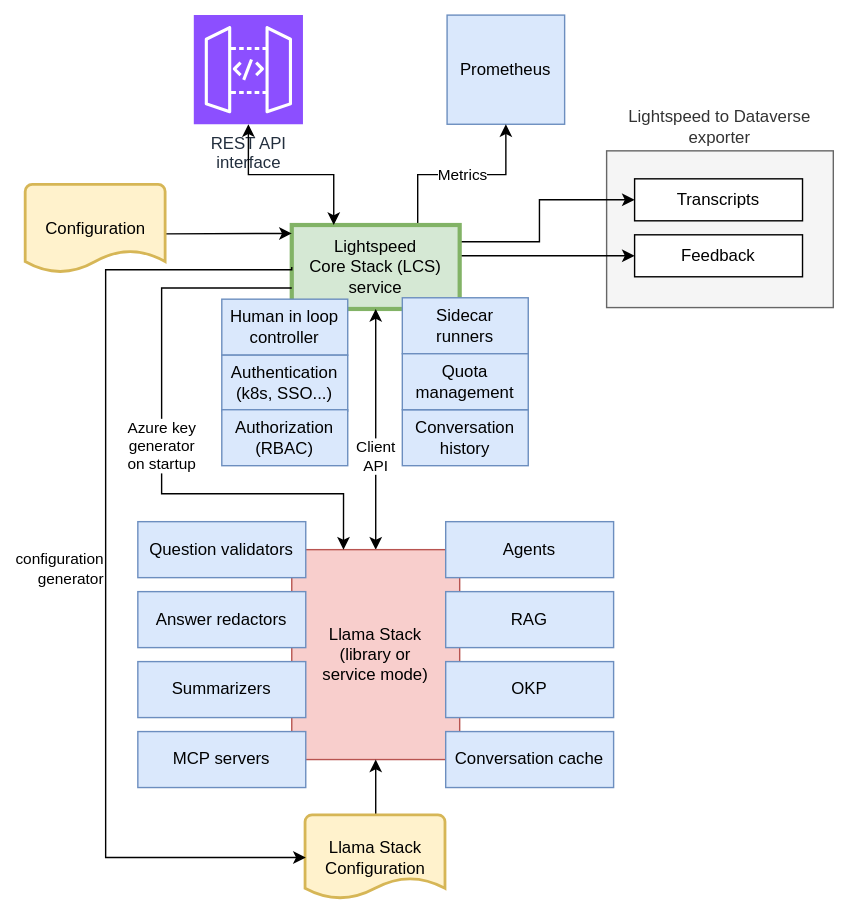
Earlier version of the draw.io export docs/basic_info/overview.svg (lightspeed-core/lightspeed-stack). Source tidied: cells renumbered, new cells last; positions are measured from the earlier drawing's top-left corner, leaving out a move shared by most shapes. Its diagram source:
```xml
<mxGraphModel>
  <root>
    <mxCell id="0" />
    <mxCell id="1" parent="0" />
    <mxCell id="2" value="Lightspeed to Dataverse exporter" style="rounded=0;whiteSpace=wrap;html=1;labelPosition=center;verticalLabelPosition=top;align=center;verticalAlign=bottom;fillColor=#f5f5f5;fontColor=#333333;strokeColor=#666666;" parent="1" vertex="1">
      <mxGeometry x="415" y="97" width="162" height="112" as="geometry" />
    </mxCell>
    <mxCell id="3" value="Prometheus" style="rounded=0;whiteSpace=wrap;html=1;fillColor=#dae8fc;strokeColor=#6c8ebf;" parent="1" vertex="1">
      <mxGeometry x="301" width="84" height="78" as="geometry" />
    </mxCell>
    <mxCell id="4" value="REST API&lt;br&gt;interface" style="sketch=0;points=[[0,0,0],[0.25,0,0],[0.5,0,0],[0.75,0,0],[1,0,0],[0,1,0],[0.25,1,0],[0.5,1,0],[0.75,1,0],[1,1,0],[0,0.25,0],[0,0.5,0],[0,0.75,0],[1,0.25,0],[1,0.5,0],[1,0.75,0]];outlineConnect=0;fontColor=#232F3E;fillColor=#8C4FFF;strokeColor=#ffffff;dashed=0;verticalLabelPosition=bottom;verticalAlign=top;align=center;html=1;fontSize=12;fontStyle=0;shape=mxgraph.aws4.resourceIcon;resIcon=mxgraph.aws4.api_gateway;" parent="1" vertex="1">
      <mxGeometry x="120" width="78" height="78" as="geometry" />
    </mxCell>
    <mxCell id="5" value="Metrics" style="edgeStyle=orthogonalEdgeStyle;rounded=0;jettySize=auto;html=1;entryX=0.5;entryY=1;entryDx=0;entryDy=0;" parent="1" edge="1" source="8" target="3">
      <mxGeometry relative="1" as="geometry">
        <Array as="points">
          <mxPoint x="280" y="114" />
          <mxPoint x="343" y="114" />
        </Array>
      </mxGeometry>
    </mxCell>
    <mxCell id="6" style="edgeStyle=orthogonalEdgeStyle;rounded=0;jettySize=auto;html=1;entryX=0;entryY=0.5;entryDx=0;entryDy=0;" parent="1" edge="1" source="8" target="18">
      <mxGeometry relative="1" as="geometry">
        <Array as="points">
          <mxPoint x="367" y="162" />
          <mxPoint x="367" y="132" />
        </Array>
      </mxGeometry>
    </mxCell>
    <mxCell id="7" style="edgeStyle=orthogonalEdgeStyle;rounded=0;jettySize=auto;html=1;exitX=1;exitY=0.25;exitDx=0;exitDy=0;entryX=0;entryY=0.5;entryDx=0;entryDy=0;" parent="1" edge="1" source="8" target="19">
      <mxGeometry relative="1" as="geometry">
        <Array as="points">
          <mxPoint x="310" y="172" />
        </Array>
      </mxGeometry>
    </mxCell>
    <mxCell id="8" value="Lightspeed&lt;br&gt;Core Stack (LCS) service" style="rounded=0;whiteSpace=wrap;html=1;fillColor=#d5e8d4;strokeColor=#82b366;strokeWidth=3;" parent="1" vertex="1">
      <mxGeometry x="190" y="150" width="120" height="60" as="geometry" />
    </mxCell>
    <mxCell id="9" style="edgeStyle=orthogonalEdgeStyle;rounded=0;jettySize=auto;html=1;entryX=0.5;entryY=1;entryDx=0;entryDy=0;entryPerimeter=0;startArrow=classic;startFill=1;" parent="1" edge="1" source="8" target="4">
      <mxGeometry relative="1" as="geometry">
        <Array as="points">
          <mxPoint x="220" y="114" />
          <mxPoint x="159" y="114" />
        </Array>
      </mxGeometry>
    </mxCell>
    <mxCell id="10" value="&lt;div&gt;Client&lt;/div&gt;&lt;div&gt;API&lt;/div&gt;" style="edgeStyle=orthogonalEdgeStyle;rounded=0;jettySize=auto;html=1;startArrow=classic;startFill=1;labelPosition=center;verticalLabelPosition=bottom;align=center;verticalAlign=top;" parent="1" edge="1" source="11" target="8">
      <mxGeometry relative="1" as="geometry" />
    </mxCell>
    <mxCell id="11" value="&lt;div&gt;Llama Stack&lt;/div&gt;&lt;div&gt;(library or&lt;/div&gt;&lt;div&gt;service mode)&lt;/div&gt;" style="rounded=0;whiteSpace=wrap;html=1;fillColor=#f8cecc;strokeColor=#b85450;" parent="1" vertex="1">
      <mxGeometry x="190" y="382" width="120" height="150" as="geometry" />
    </mxCell>
    <mxCell id="12" value="Agents" style="rounded=0;whiteSpace=wrap;html=1;fillColor=#dae8fc;strokeColor=#6c8ebf;" parent="1" vertex="1">
      <mxGeometry x="300" y="362" width="120" height="40" as="geometry" />
    </mxCell>
    <mxCell id="13" value="&lt;div&gt;RAG&lt;/div&gt;" style="rounded=0;whiteSpace=wrap;html=1;fillColor=#dae8fc;strokeColor=#6c8ebf;" parent="1" vertex="1">
      <mxGeometry x="300" y="412" width="120" height="40" as="geometry" />
    </mxCell>
    <mxCell id="14" style="edgeStyle=orthogonalEdgeStyle;rounded=0;jettySize=auto;html=1;exitX=0.99;exitY=0.553;exitDx=0;exitDy=0;exitPerimeter=0;" parent="1" edge="1" source="15">
      <mxGeometry relative="1" as="geometry">
        <mxPoint x="190" y="156" as="targetPoint" />
        <Array as="points">
          <mxPoint x="190" y="156" />
        </Array>
      </mxGeometry>
    </mxCell>
    <mxCell id="15" value="Configuration" style="strokeWidth=2;html=1;shape=mxgraph.flowchart.document2;whiteSpace=wrap;size=0.25;fillColor=#fff2cc;strokeColor=#d6b656;" parent="1" vertex="1">
      <mxGeometry y="121.5" width="100" height="63" as="geometry" />
    </mxCell>
    <mxCell id="16" value="Conversation cache" style="rounded=0;whiteSpace=wrap;html=1;fillColor=#dae8fc;strokeColor=#6c8ebf;" parent="1" vertex="1">
      <mxGeometry x="300" y="512" width="120" height="40" as="geometry" />
    </mxCell>
    <mxCell id="17" value="OKP" style="rounded=0;whiteSpace=wrap;html=1;fillColor=#dae8fc;strokeColor=#6c8ebf;" parent="1" vertex="1">
      <mxGeometry x="300" y="462" width="120" height="40" as="geometry" />
    </mxCell>
    <mxCell id="18" value="Transcripts" style="rounded=0;whiteSpace=wrap;html=1;" parent="1" vertex="1">
      <mxGeometry x="435" y="117" width="120" height="30" as="geometry" />
    </mxCell>
    <mxCell id="19" value="Feedback" style="rounded=0;whiteSpace=wrap;html=1;" parent="1" vertex="1">
      <mxGeometry x="435" y="157" width="120" height="30" as="geometry" />
    </mxCell>
    <mxCell id="20" value="Human in loop controller" style="rounded=0;whiteSpace=wrap;html=1;fillColor=#dae8fc;strokeColor=#6c8ebf;" parent="1" vertex="1">
      <mxGeometry x="140" y="203" width="90" height="40" as="geometry" />
    </mxCell>
    <mxCell id="21" value="Question validators" style="rounded=0;whiteSpace=wrap;html=1;fillColor=#dae8fc;strokeColor=#6c8ebf;" parent="1" vertex="1">
      <mxGeometry x="80" y="362" width="120" height="40" as="geometry" />
    </mxCell>
    <mxCell id="22" value="Answer redactors" style="rounded=0;whiteSpace=wrap;html=1;fillColor=#dae8fc;strokeColor=#6c8ebf;" parent="1" vertex="1">
      <mxGeometry x="80" y="412" width="120" height="40" as="geometry" />
    </mxCell>
    <mxCell id="23" value="Summarizers" style="rounded=0;whiteSpace=wrap;html=1;fillColor=#dae8fc;strokeColor=#6c8ebf;" parent="1" vertex="1">
      <mxGeometry x="80" y="462" width="120" height="40" as="geometry" />
    </mxCell>
    <mxCell id="24" value="MCP servers" style="rounded=0;whiteSpace=wrap;html=1;fillColor=#dae8fc;strokeColor=#6c8ebf;" parent="1" vertex="1">
      <mxGeometry x="80" y="512" width="120" height="40" as="geometry" />
    </mxCell>
    <mxCell id="25" value="Authentication&lt;br&gt;(k8s, SSO...)" style="rounded=0;whiteSpace=wrap;html=1;fillColor=#dae8fc;strokeColor=#6c8ebf;" parent="1" vertex="1">
      <mxGeometry x="140" y="243" width="90" height="40" as="geometry" />
    </mxCell>
    <mxCell id="26" style="edgeStyle=orthogonalEdgeStyle;rounded=0;jettySize=auto;html=1;exitX=0.5;exitY=0;exitDx=0;exitDy=0;exitPerimeter=0;entryX=0.5;entryY=1;entryDx=0;entryDy=0;" parent="1" edge="1" source="27" target="11">
      <mxGeometry relative="1" as="geometry" />
    </mxCell>
    <mxCell id="27" value="Llama Stack&lt;div&gt;Configuration&lt;/div&gt;" style="strokeWidth=2;html=1;shape=mxgraph.flowchart.document2;whiteSpace=wrap;size=0.25;fillColor=#fff2cc;strokeColor=#d6b656;" parent="1" vertex="1">
      <mxGeometry x="200" y="572" width="100" height="60" as="geometry" />
    </mxCell>
    <mxCell id="28" value="Authorization (RBAC)" style="rounded=0;whiteSpace=wrap;html=1;fillColor=#dae8fc;strokeColor=#6c8ebf;" parent="1" vertex="1">
      <mxGeometry x="140" y="282" width="90" height="40" as="geometry" />
    </mxCell>
    <mxCell id="29" value="Sidecar&lt;br&gt;runners" style="rounded=0;whiteSpace=wrap;html=1;fillColor=#dae8fc;strokeColor=#6c8ebf;" parent="1" vertex="1">
      <mxGeometry x="269" y="202" width="90" height="40" as="geometry" />
    </mxCell>
    <mxCell id="30" value="Conversation&lt;br&gt;history" style="rounded=0;whiteSpace=wrap;html=1;fillColor=#dae8fc;strokeColor=#6c8ebf;" parent="1" vertex="1">
      <mxGeometry x="269" y="282" width="90" height="40" as="geometry" />
    </mxCell>
    <mxCell id="31" value="Quota management" style="rounded=0;whiteSpace=wrap;html=1;fillColor=#dae8fc;strokeColor=#6c8ebf;" parent="1" vertex="1">
      <mxGeometry x="269" y="242" width="90" height="40" as="geometry" />
    </mxCell>
    <mxCell id="32" value="&lt;div&gt;configuration&lt;/div&gt;&lt;div&gt;generator&lt;/div&gt;" style="edgeStyle=orthogonalEdgeStyle;rounded=0;jettySize=auto;html=1;exitX=0;exitY=0.5;exitDx=0;exitDy=0;entryX=0;entryY=0.5;entryDx=0;entryDy=0;entryPerimeter=0;labelPosition=left;verticalLabelPosition=middle;align=right;verticalAlign=middle;" parent="1" edge="1" source="8" target="27">
      <mxGeometry relative="1" as="geometry">
        <Array as="points">
          <mxPoint x="190" y="182" />
          <mxPoint x="57" y="182" />
          <mxPoint x="57" y="602" />
        </Array>
      </mxGeometry>
    </mxCell>
    <mxCell id="33" value="&lt;div&gt;Azure key&lt;/div&gt;&lt;div&gt;generator&lt;/div&gt;&lt;div&gt;on startup&lt;/div&gt;" style="edgeStyle=orthogonalEdgeStyle;rounded=0;jettySize=auto;html=1;exitX=0;exitY=0.75;exitDx=0;exitDy=0;entryX=0.308;entryY=0;entryDx=0;entryDy=0;entryPerimeter=0;" parent="1" edge="1" source="8" target="11">
      <mxGeometry relative="1" as="geometry">
        <Array as="points">
          <mxPoint x="97" y="195" />
          <mxPoint x="97" y="342" />
          <mxPoint x="227" y="342" />
        </Array>
      </mxGeometry>
    </mxCell>
  </root>
</mxGraphModel>
```
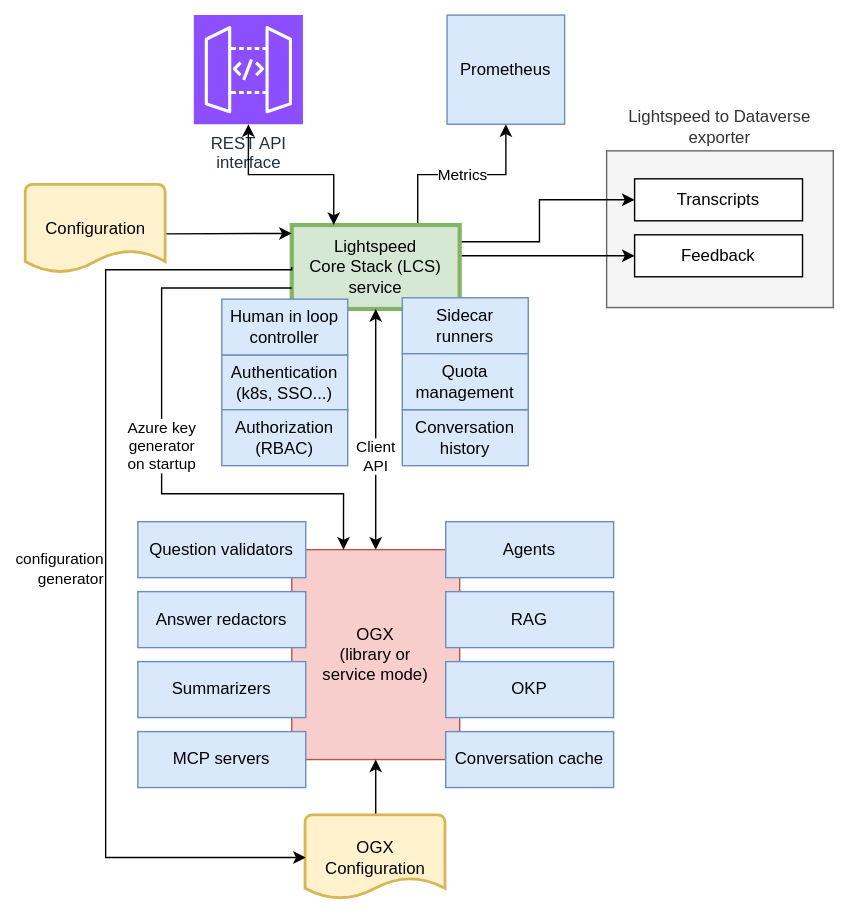
After the commit.

Diff of the diagram source:
```diff
@@ -48,7 +48,7 @@
     <mxCell id="10" value="&lt;div&gt;Client&lt;/div&gt;&lt;div&gt;API&lt;/div&gt;" style="edgeStyle=orthogonalEdgeStyle;rounded=0;jettySize=auto;html=1;startArrow=classic;startFill=1;labelPosition=center;verticalLabelPosition=bottom;align=center;verticalAlign=top;" parent="1" edge="1" source="11" target="8">
       <mxGeometry relative="1" as="geometry" />
     </mxCell>
-    <mxCell id="11" value="&lt;div&gt;Llama Stack&lt;/div&gt;&lt;div&gt;(library or&lt;/div&gt;&lt;div&gt;service mode)&lt;/div&gt;" style="rounded=0;whiteSpace=wrap;html=1;fillColor=#f8cecc;strokeColor=#b85450;" parent="1" vertex="1">
+    <mxCell id="11" value="&lt;div&gt;OGX&lt;/div&gt;&lt;div&gt;(library or&lt;/div&gt;&lt;div&gt;service mode)&lt;/div&gt;" style="rounded=0;whiteSpace=wrap;html=1;fillColor=#f8cecc;strokeColor=#b85450;" parent="1" vertex="1">
       <mxGeometry x="190" y="382" width="120" height="150" as="geometry" />
     </mxCell>
     <mxCell id="12" value="Agents" style="rounded=0;whiteSpace=wrap;html=1;fillColor=#dae8fc;strokeColor=#6c8ebf;" parent="1" vertex="1">
@@ -101,7 +101,7 @@
     <mxCell id="26" style="edgeStyle=orthogonalEdgeStyle;rounded=0;jettySize=auto;html=1;exitX=0.5;exitY=0;exitDx=0;exitDy=0;exitPerimeter=0;entryX=0.5;entryY=1;entryDx=0;entryDy=0;" parent="1" edge="1" source="27" target="11">
       <mxGeometry relative="1" as="geometry" />
     </mxCell>
-    <mxCell id="27" value="Llama Stack&lt;div&gt;Configuration&lt;/div&gt;" style="strokeWidth=2;html=1;shape=mxgraph.flowchart.document2;whiteSpace=wrap;size=0.25;fillColor=#fff2cc;strokeColor=#d6b656;" parent="1" vertex="1">
+    <mxCell id="27" value="OGX&lt;div&gt;Configuration&lt;/div&gt;" style="strokeWidth=2;html=1;shape=mxgraph.flowchart.document2;whiteSpace=wrap;size=0.25;fillColor=#fff2cc;strokeColor=#d6b656;" parent="1" vertex="1">
       <mxGeometry x="200" y="572" width="100" height="60" as="geometry" />
     </mxCell>
     <mxCell id="28" value="Authorization (RBAC)" style="rounded=0;whiteSpace=wrap;html=1;fillColor=#dae8fc;strokeColor=#6c8ebf;" parent="1" vertex="1">
```
